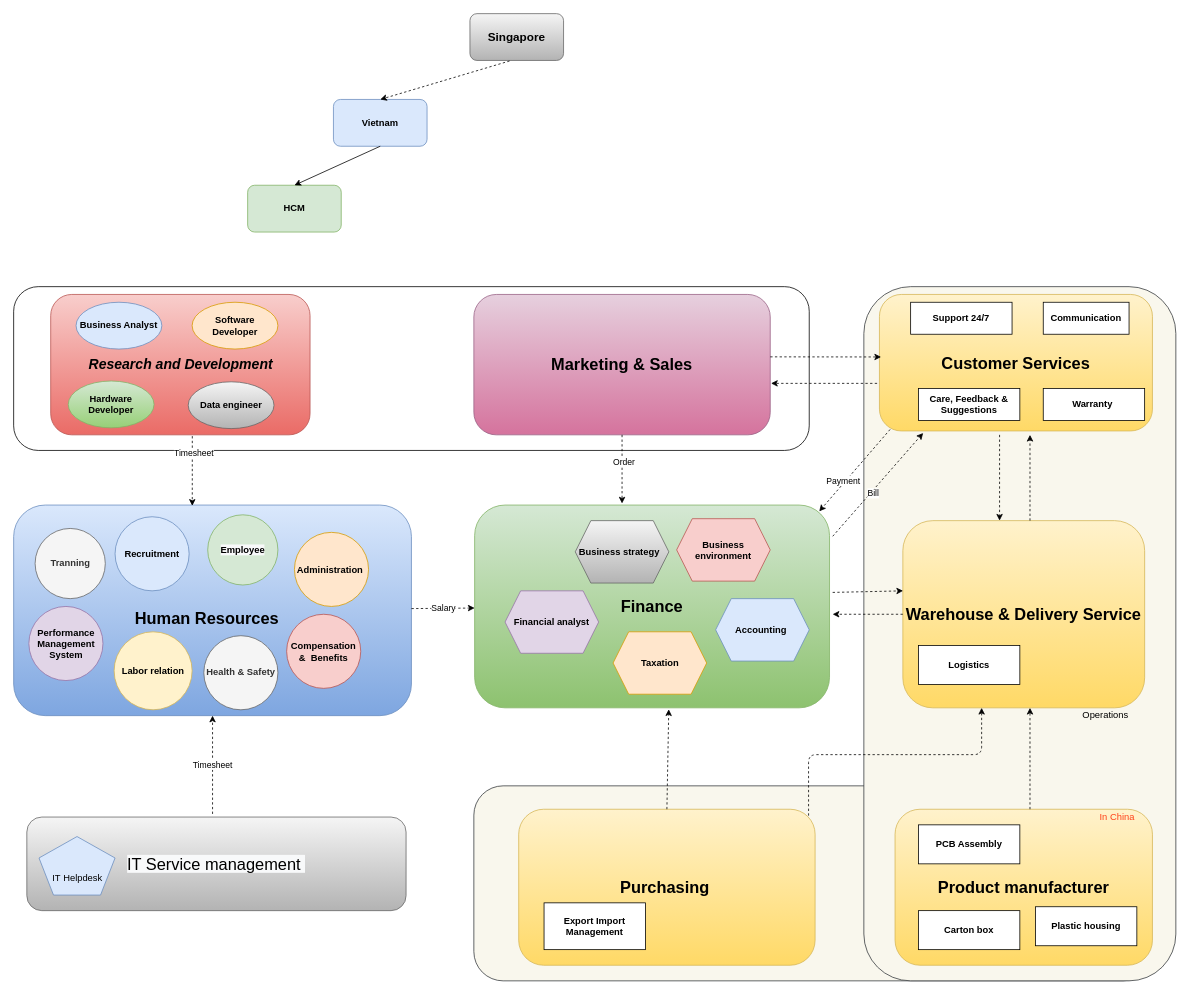
Earlier version of the draw.io diagram page "Org_Chart" (1 of 11) of 04_docs/Department_Organizational_chart.drawio (letrthong/business). Source tidied: cells renumbered, new cells numbered last; positions are measured from the earlier drawing's top-left corner, leaving out a move shared by most shapes. Both pictures are drawn from the tidied source at 78%, with x=0, y=0 at pixel (13, 13).
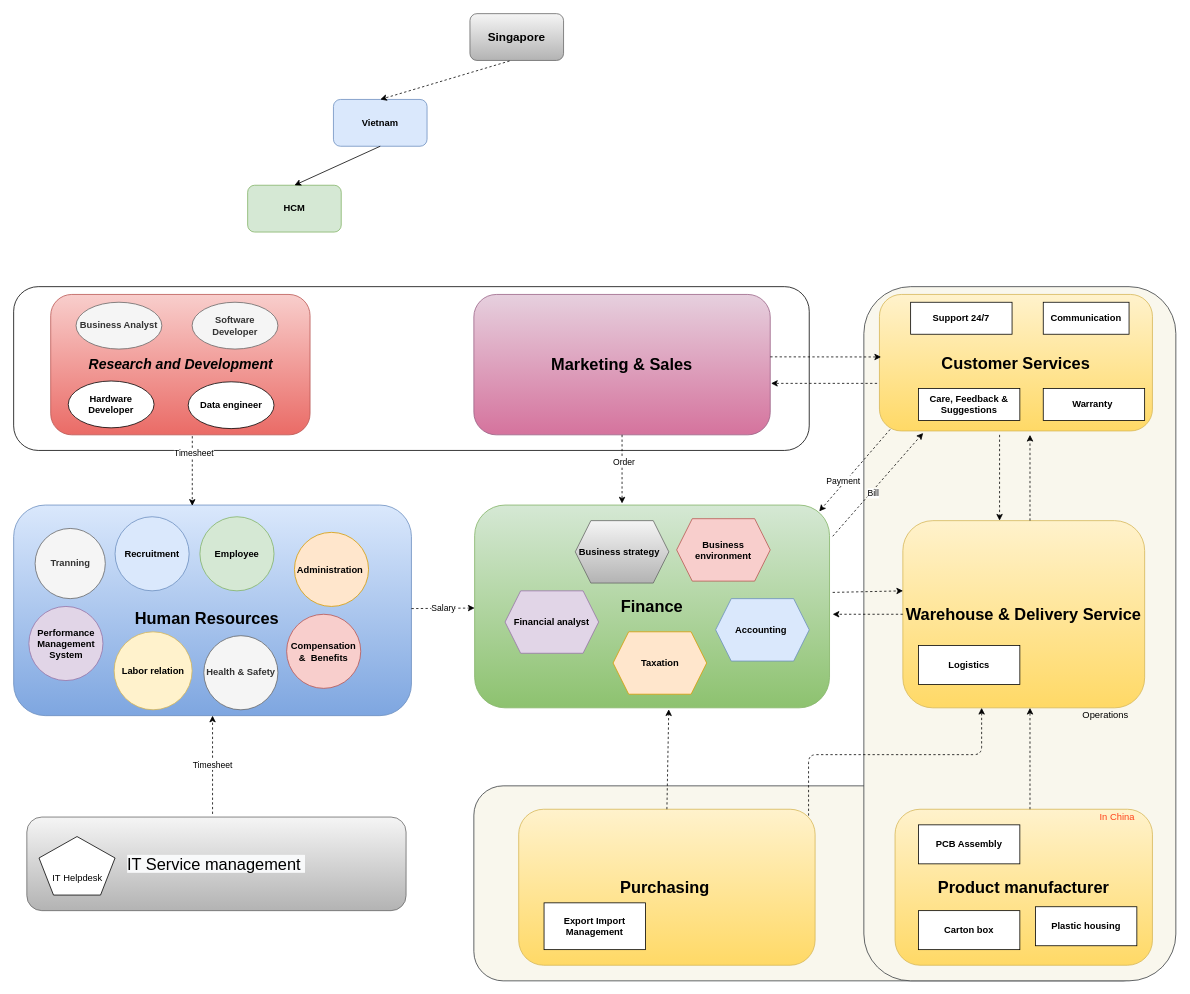
Above is the later version.

What changed in the source:
```diff
@@
-    <mxCell id="19" value="&lt;b&gt;&lt;span style=&quot;color: rgb(0 , 0 , 0) ; font-family: &amp;#34;helvetica&amp;#34; ; font-size: 12px ; font-style: normal ; letter-spacing: normal ; text-align: center ; text-indent: 0px ; text-transform: none ; word-spacing: 0px ; background-color: rgb(248 , 249 , 250) ; display: inline ; float: none&quot;&gt;Employee&lt;/span&gt;&lt;br&gt;&lt;/b&gt;" style="ellipse;whiteSpace=wrap;html=1;fillColor=#d5e8d4;strokeColor=#82b366;" parent="1" vertex="1">
-      <mxGeometry x="248.8" y="642.5" width="90" height="90" as="geometry" />
-    </mxCell>
@@
-    <mxCell id="52" value="&lt;span&gt;&lt;b&gt;Business Analyst&lt;/b&gt;&lt;/span&gt;" style="ellipse;whiteSpace=wrap;html=1;fillColor=#dae8fc;strokeColor=#6c8ebf;" parent="1" vertex="1">
+    <mxCell id="52" value="&lt;span&gt;&lt;b&gt;Business Analyst&lt;/b&gt;&lt;/span&gt;" style="ellipse;whiteSpace=wrap;html=1;fillColor=#f5f5f5;strokeColor=#666666;fontColor=#333333;" parent="1" vertex="1">
       <mxGeometry x="80" y="370" width="110" height="60" as="geometry" />
     </mxCell>
-    <mxCell id="53" value="&lt;b&gt;Software Developer&lt;/b&gt;" style="ellipse;whiteSpace=wrap;html=1;fillColor=#ffe6cc;strokeColor=#d79b00;" parent="1" vertex="1">
+    <mxCell id="53" value="&lt;b&gt;Software Developer&lt;/b&gt;" style="ellipse;whiteSpace=wrap;html=1;fillColor=#f5f5f5;strokeColor=#666666;fontColor=#333333;" parent="1" vertex="1">
       <mxGeometry x="228.8" y="370" width="110" height="60" as="geometry" />
     </mxCell>
-    <mxCell id="54" value="&lt;b&gt;Hardware Developer&lt;/b&gt;" style="ellipse;whiteSpace=wrap;html=1;fillColor=#d5e8d4;strokeColor=#82b366;gradientColor=#97d077;" parent="1" vertex="1">
+    <mxCell id="54" value="&lt;b&gt;Hardware Developer&lt;/b&gt;" style="ellipse;whiteSpace=wrap;html=1;" parent="1" vertex="1">
       <mxGeometry x="70" y="471" width="110" height="60" as="geometry" />
     </mxCell>
-    <mxCell id="55" value="&lt;br&gt;&lt;br&gt;&lt;span style=&quot;font-family: &amp;#34;helvetica&amp;#34;&quot;&gt;IT&amp;nbsp;&lt;/span&gt;&lt;span style=&quot;font-family: &amp;#34;helvetica&amp;#34;&quot;&gt;Helpdesk&lt;/span&gt;" style="whiteSpace=wrap;html=1;shape=mxgraph.basic.pentagon;fillColor=#dae8fc;strokeColor=#6c8ebf;" parent="1" vertex="1">
+    <mxCell id="55" value="&lt;br&gt;&lt;br&gt;&lt;span style=&quot;font-family: &amp;#34;helvetica&amp;#34;&quot;&gt;IT&amp;nbsp;&lt;/span&gt;&lt;span style=&quot;font-family: &amp;#34;helvetica&amp;#34;&quot;&gt;Helpdesk&lt;/span&gt;" style="whiteSpace=wrap;html=1;shape=mxgraph.basic.pentagon;" parent="1" vertex="1">
       <mxGeometry x="32.5" y="1055" width="97.5" height="75" as="geometry" />
     </mxCell>
@@
-    <mxCell id="57" value="&lt;b&gt;Data engineer&lt;/b&gt;" style="ellipse;whiteSpace=wrap;html=1;fillColor=#f5f5f5;strokeColor=#666666;gradientColor=#b3b3b3;" parent="1" vertex="1">
+    <mxCell id="57" value="&lt;b&gt;Data engineer&lt;/b&gt;" style="ellipse;whiteSpace=wrap;html=1;" parent="1" vertex="1">
       <mxGeometry x="223.8" y="472" width="110" height="60" as="geometry" />
     </mxCell>
@@
+    <mxCell id="19" value="&lt;b&gt;Employee&lt;/b&gt;" style="ellipse;whiteSpace=wrap;html=1;fillColor=#d5e8d4;strokeColor=#82b366;" parent="1" vertex="1">
+      <mxGeometry x="238.8" y="645" width="95" height="95" as="geometry" />
+    </mxCell>
```
